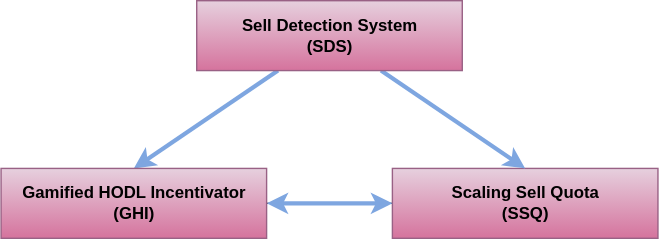
schnoodledao/contracts keeps this draw.io diagram as docs/.gitbook/assets/psm-components.svg. Above is the earlier version. Source tidied: cells renumbered, new cells last; positions are measured from the earlier drawing's top-left corner, leaving out a move shared by most shapes. Its diagram source:
```xml
<mxGraphModel>
  <root>
    <mxCell id="0" />
    <mxCell id="1" parent="0" />
    <mxCell id="2" style="edgeStyle=none;rounded=0;jettySize=auto;html=1;startArrow=none;startFill=0;endArrow=classic;endFill=1;" parent="1" edge="1" source="3">
      <mxGeometry relative="1" as="geometry">
        <mxPoint x="165" y="145" as="targetPoint" />
      </mxGeometry>
    </mxCell>
    <mxCell id="3" value="&lt;b&gt;Scaling Sell Quota&lt;br&gt;(SSQ)&lt;br&gt;&lt;/b&gt;" style="html=1;fillColor=#e6d0de;strokeColor=#996185;gradientColor=#d5739d;" parent="1" vertex="1">
      <mxGeometry x="280" y="120" width="190" height="50" as="geometry" />
    </mxCell>
    <mxCell id="4" style="rounded=0;jettySize=auto;html=1;entryX=0.5;entryY=0;entryDx=0;entryDy=0;startArrow=none;startFill=0;endArrow=classic;endFill=1;strokeWidth=3;strokeColor=#7EA6E0;" parent="1" edge="1" source="6" target="3">
      <mxGeometry relative="1" as="geometry" />
    </mxCell>
    <mxCell id="5" style="edgeStyle=none;rounded=0;jettySize=auto;html=1;entryX=0.5;entryY=0;entryDx=0;entryDy=0;startArrow=none;startFill=0;endArrow=classic;endFill=1;strokeWidth=3;strokeColor=#7EA6E0;" parent="1" edge="1" source="6" target="8">
      <mxGeometry relative="1" as="geometry" />
    </mxCell>
    <mxCell id="6" value="&lt;b&gt;Sell Detection System&lt;br&gt;(SDS)&lt;br&gt;&lt;/b&gt;" style="html=1;fillColor=#e6d0de;strokeColor=#996185;gradientColor=#d5739d;" parent="1" vertex="1">
      <mxGeometry x="140" width="190" height="50" as="geometry" />
    </mxCell>
    <mxCell id="7" style="edgeStyle=none;rounded=0;jettySize=auto;html=1;startArrow=classic;startFill=1;endArrow=classic;endFill=1;strokeWidth=3;strokeColor=#7EA6E0;" parent="1" edge="1" source="8" target="3">
      <mxGeometry relative="1" as="geometry" />
    </mxCell>
    <mxCell id="8" value="&lt;b&gt;Gamified HODL Incentivator&lt;br&gt;(GHI)&lt;br&gt;&lt;/b&gt;" style="html=1;fillColor=#e6d0de;strokeColor=#996185;gradientColor=#d5739d;" parent="1" vertex="1">
      <mxGeometry y="120" width="190" height="50" as="geometry" />
    </mxCell>
  </root>
</mxGraphModel>
```
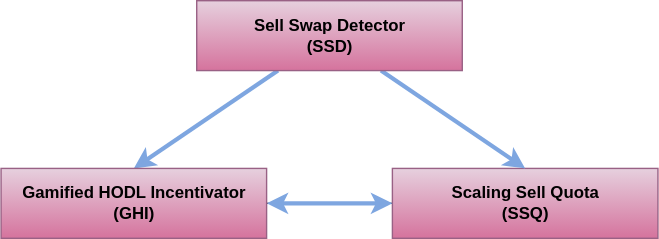
The same file after the commit.

Commit message:
GitBook: [#42] Change SDS to SSD in PSM components diagram

Diff of the diagram source:
```diff
@@ -16,7 +16,7 @@
     <mxCell id="5" style="edgeStyle=none;rounded=0;jettySize=auto;html=1;entryX=0.5;entryY=0;entryDx=0;entryDy=0;startArrow=none;startFill=0;endArrow=classic;endFill=1;strokeWidth=3;strokeColor=#7EA6E0;" parent="1" edge="1" source="6" target="8">
       <mxGeometry relative="1" as="geometry" />
     </mxCell>
-    <mxCell id="6" value="&lt;b&gt;Sell Detection System&lt;br&gt;(SDS)&lt;br&gt;&lt;/b&gt;" style="html=1;fillColor=#e6d0de;strokeColor=#996185;gradientColor=#d5739d;" parent="1" vertex="1">
+    <mxCell id="6" value="&lt;b&gt;Sell Swap Detector&lt;br&gt;(SSD)&lt;br&gt;&lt;/b&gt;" style="html=1;fillColor=#e6d0de;strokeColor=#996185;gradientColor=#d5739d;" parent="1" vertex="1">
       <mxGeometry x="140" width="190" height="50" as="geometry" />
     </mxCell>
     <mxCell id="7" style="edgeStyle=none;rounded=0;jettySize=auto;html=1;startArrow=classic;startFill=1;endArrow=classic;endFill=1;strokeWidth=3;strokeColor=#7EA6E0;" parent="1" edge="1" source="8" target="3">
```
